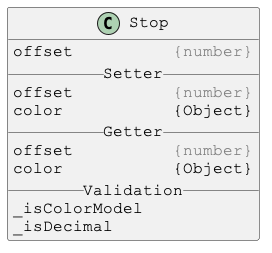
Earlier version of the PlantUML export docs/PlantUml/images/Stop.png (Justin-Byrne/canvasLab).
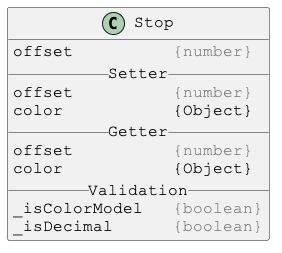
After the change.

The edit, as a diff of the source:
```diff
@@ -12,8 +12,8 @@
 offset          <color:gray>{number}</color>
 color           {Object}
 __ Validation __
-_isColorModel
-_isDecimal
+_isColorModel   <color:gray>{boolean}</color>
+_isDecimal      <color:gray>{boolean}</color>
 }
 
 @enduml
```
